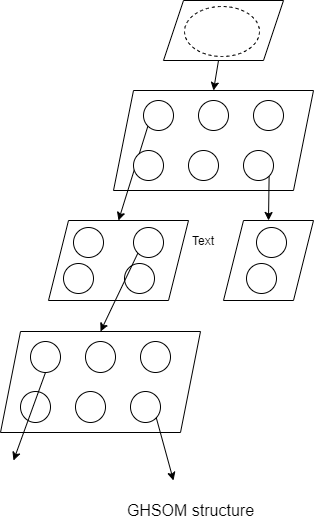
Earlier version of the draw.io export image/ghsom.png (lina2360/HiSeqGan). Source tidied: cells renumbered, new cells last; positions are measured from the earlier drawing's top-left corner, leaving out a move shared by most shapes. The source it was exported from:
```xml
<mxGraphModel>
  <root>
    <mxCell id="0" />
    <mxCell id="1" parent="0" />
    <mxCell id="2" style="shape=parallelogram;perimeter=parallelogramPerimeter;whiteSpace=wrap;html=1;fixedSize=1;" parent="1" vertex="1">
      <mxGeometry x="163" width="120" height="60" as="geometry" />
    </mxCell>
    <mxCell id="3" style="shape=parallelogram;perimeter=parallelogramPerimeter;whiteSpace=wrap;html=1;fixedSize=1;" parent="1" vertex="1">
      <mxGeometry x="113" y="90" width="200" height="100" as="geometry" />
    </mxCell>
    <mxCell id="4" style="shape=parallelogram;perimeter=parallelogramPerimeter;whiteSpace=wrap;html=1;fixedSize=1;" parent="1" vertex="1">
      <mxGeometry x="48" y="220" width="140" height="80" as="geometry" />
    </mxCell>
    <mxCell id="5" style="shape=parallelogram;perimeter=parallelogramPerimeter;whiteSpace=wrap;html=1;fixedSize=1;" parent="1" vertex="1">
      <mxGeometry x="223" y="220" width="90" height="80" as="geometry" />
    </mxCell>
    <mxCell id="6" style="endArrow=classic;html=1;entryX=0.5;entryY=0;entryDx=0;entryDy=0;" parent="1" edge="1" source="2" target="3">
      <mxGeometry relative="1" as="geometry" />
    </mxCell>
    <mxCell id="7" style="endArrow=classic;html=1;entryX=0.5;entryY=0;entryDx=0;entryDy=0;exitX=0;exitY=1;exitDx=0;exitDy=0;" parent="1" edge="1" source="8" target="4">
      <mxGeometry relative="1" as="geometry" />
    </mxCell>
    <mxCell id="8" style="ellipse;whiteSpace=wrap;html=1;" parent="1" vertex="1">
      <mxGeometry x="143" y="100" width="30" height="30" as="geometry" />
    </mxCell>
    <mxCell id="9" style="ellipse;whiteSpace=wrap;html=1;" parent="1" vertex="1">
      <mxGeometry x="198" y="100" width="30" height="30" as="geometry" />
    </mxCell>
    <mxCell id="10" style="ellipse;whiteSpace=wrap;html=1;" parent="1" vertex="1">
      <mxGeometry x="253" y="100" width="30" height="30" as="geometry" />
    </mxCell>
    <mxCell id="11" style="ellipse;whiteSpace=wrap;html=1;" parent="1" vertex="1">
      <mxGeometry x="133" y="150" width="30" height="30" as="geometry" />
    </mxCell>
    <mxCell id="12" style="ellipse;whiteSpace=wrap;html=1;" parent="1" vertex="1">
      <mxGeometry x="188" y="150" width="30" height="30" as="geometry" />
    </mxCell>
    <mxCell id="13" style="ellipse;whiteSpace=wrap;html=1;" parent="1" vertex="1">
      <mxGeometry x="243" y="150" width="30" height="30" as="geometry" />
    </mxCell>
    <mxCell id="14" style="endArrow=classic;html=1;exitX=1;exitY=1;exitDx=0;exitDy=0;entryX=0.5;entryY=0;entryDx=0;entryDy=0;" parent="1" edge="1" source="13" target="5">
      <mxGeometry relative="1" as="geometry" />
    </mxCell>
    <mxCell id="15" style="ellipse;whiteSpace=wrap;html=1;" parent="1" vertex="1">
      <mxGeometry x="73" y="227" width="30" height="30" as="geometry" />
    </mxCell>
    <mxCell id="16" style="ellipse;whiteSpace=wrap;html=1;" parent="1" vertex="1">
      <mxGeometry x="133" y="227" width="30" height="30" as="geometry" />
    </mxCell>
    <mxCell id="17" style="ellipse;whiteSpace=wrap;html=1;" parent="1" vertex="1">
      <mxGeometry x="63" y="263" width="30" height="30" as="geometry" />
    </mxCell>
    <mxCell id="18" style="edgeStyle=orthogonalEdgeStyle;rounded=0;orthogonalLoop=1;jettySize=auto;html=1;exitX=0.5;exitY=1;exitDx=0;exitDy=0;" parent="1" edge="1" source="17" target="17">
      <mxGeometry relative="1" as="geometry" />
    </mxCell>
    <mxCell id="19" style="ellipse;whiteSpace=wrap;html=1;" parent="1" vertex="1">
      <mxGeometry x="124" y="263" width="30" height="30" as="geometry" />
    </mxCell>
    <mxCell id="20" style="shape=parallelogram;perimeter=parallelogramPerimeter;whiteSpace=wrap;html=1;fixedSize=1;" parent="1" vertex="1">
      <mxGeometry y="331" width="200" height="101" as="geometry" />
    </mxCell>
    <mxCell id="21" style="ellipse;whiteSpace=wrap;html=1;" parent="1" vertex="1">
      <mxGeometry x="30" y="341" width="30" height="31" as="geometry" />
    </mxCell>
    <mxCell id="22" style="ellipse;whiteSpace=wrap;html=1;" parent="1" vertex="1">
      <mxGeometry x="85" y="341" width="30" height="31" as="geometry" />
    </mxCell>
    <mxCell id="23" style="ellipse;whiteSpace=wrap;html=1;" parent="1" vertex="1">
      <mxGeometry x="140" y="341" width="30" height="31" as="geometry" />
    </mxCell>
    <mxCell id="24" style="ellipse;whiteSpace=wrap;html=1;" parent="1" vertex="1">
      <mxGeometry x="20" y="391" width="30" height="31" as="geometry" />
    </mxCell>
    <mxCell id="25" style="ellipse;whiteSpace=wrap;html=1;" parent="1" vertex="1">
      <mxGeometry x="75" y="391" width="30" height="31" as="geometry" />
    </mxCell>
    <mxCell id="26" style="ellipse;whiteSpace=wrap;html=1;" parent="1" vertex="1">
      <mxGeometry x="130" y="391" width="30" height="31" as="geometry" />
    </mxCell>
    <mxCell id="27" style="endArrow=classic;html=1;exitX=0;exitY=1;exitDx=0;exitDy=0;entryX=0.5;entryY=0;entryDx=0;entryDy=0;" parent="1" edge="1" source="16" target="20">
      <mxGeometry relative="1" as="geometry" />
    </mxCell>
    <mxCell id="28" style="ellipse;whiteSpace=wrap;html=1;" parent="1" vertex="1">
      <mxGeometry x="256" y="227" width="30" height="30" as="geometry" />
    </mxCell>
    <mxCell id="29" style="ellipse;whiteSpace=wrap;html=1;" parent="1" vertex="1">
      <mxGeometry x="246" y="263" width="30" height="30" as="geometry" />
    </mxCell>
    <mxCell id="30" style="endArrow=classic;html=1;exitX=1;exitY=1;exitDx=0;exitDy=0;" parent="1" edge="1" source="26">
      <mxGeometry relative="1" as="geometry">
        <mxPoint x="173" y="480" as="targetPoint" />
      </mxGeometry>
    </mxCell>
    <mxCell id="31" style="endArrow=classic;html=1;exitX=0.5;exitY=1;exitDx=0;exitDy=0;" parent="1" edge="1" source="21">
      <mxGeometry relative="1" as="geometry">
        <mxPoint x="13" y="460" as="targetPoint" />
      </mxGeometry>
    </mxCell>
    <mxCell id="32" style="ellipse;whiteSpace=wrap;html=1;dashed=1;" parent="1" vertex="1">
      <mxGeometry x="184" y="6" width="75" height="50" as="geometry" />
    </mxCell>
    <mxCell id="33" value="Text" style="text;html=1;strokeColor=none;fillColor=none;align=center;verticalAlign=middle;whiteSpace=wrap;rounded=0;dashed=1;" parent="1" vertex="1">
      <mxGeometry x="183" y="230" width="40" height="20" as="geometry" />
    </mxCell>
    <mxCell id="34" value="&lt;font style=&quot;font-size: 16px&quot;&gt;GHSOM structure&lt;/font&gt;" style="text;html=1;strokeColor=none;fillColor=none;align=center;verticalAlign=middle;whiteSpace=wrap;rounded=0;dashed=1;" parent="1" vertex="1">
      <mxGeometry x="113" y="500" width="155" height="20" as="geometry" />
    </mxCell>
  </root>
</mxGraphModel>
```
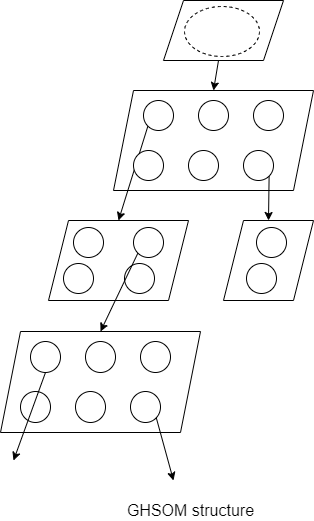
Above is the later version.

Diff of the diagram source:
```diff
@@ -99,9 +99,6 @@
     <mxCell id="32" style="ellipse;whiteSpace=wrap;html=1;dashed=1;" parent="1" vertex="1">
       <mxGeometry x="184" y="6" width="75" height="50" as="geometry" />
     </mxCell>
-    <mxCell id="33" value="Text" style="text;html=1;strokeColor=none;fillColor=none;align=center;verticalAlign=middle;whiteSpace=wrap;rounded=0;dashed=1;" parent="1" vertex="1">
-      <mxGeometry x="183" y="230" width="40" height="20" as="geometry" />
-    </mxCell>
     <mxCell id="34" value="&lt;font style=&quot;font-size: 16px&quot;&gt;GHSOM structure&lt;/font&gt;" style="text;html=1;strokeColor=none;fillColor=none;align=center;verticalAlign=middle;whiteSpace=wrap;rounded=0;dashed=1;" parent="1" vertex="1">
       <mxGeometry x="113" y="500" width="155" height="20" as="geometry" />
     </mxCell>
```
